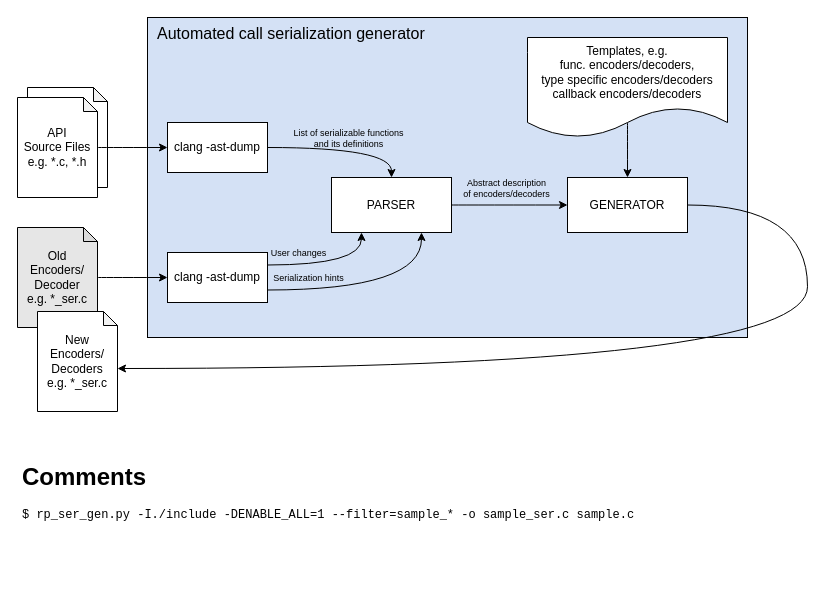
Before: SerializationAutogenerator.drawio in doki-nordic/draw.io, a draw.io diagram. Source tidied: cells renumbered, new cells numbered last; positions are measured from the earlier drawing's top-left corner, leaving out a move shared by most shapes. Both pictures are drawn from the tidied source at 100%, with x=0, y=0 at pixel (17, 17).
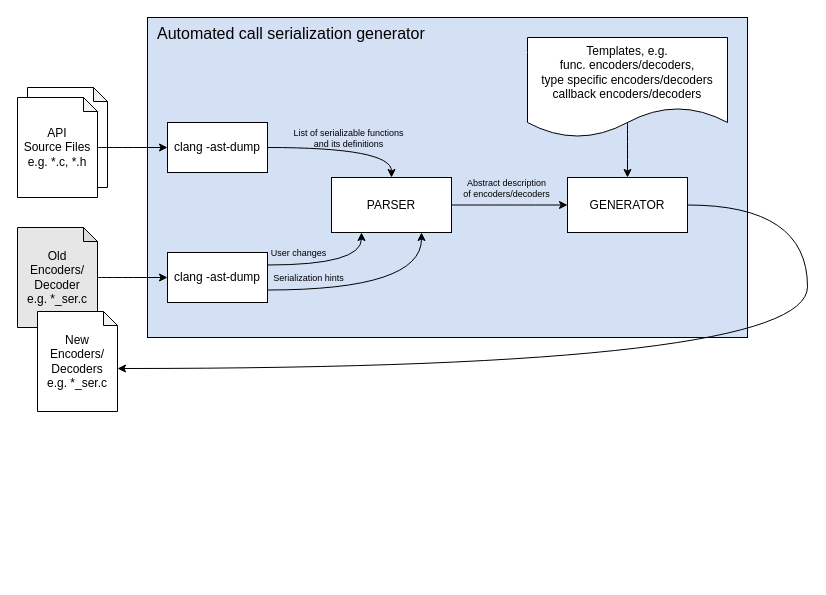
The same diagram, later.

The edit, as a diff of the source:
```diff
@@
-    <mxCell id="24" value="&lt;h1&gt;Comments&lt;/h1&gt;&lt;pre&gt;$ rp_ser_gen.py -I./include -DENABLE_ALL=1 --filter=sample_* -o sample_ser.c sample.c&lt;/pre&gt;" style="text;html=1;strokeColor=none;fillColor=none;spacing=5;spacingTop=-20;whiteSpace=wrap;overflow=hidden;rounded=0;" parent="1" vertex="1">
-      <mxGeometry y="440" width="750" height="120" as="geometry" />
-    </mxCell>
```
